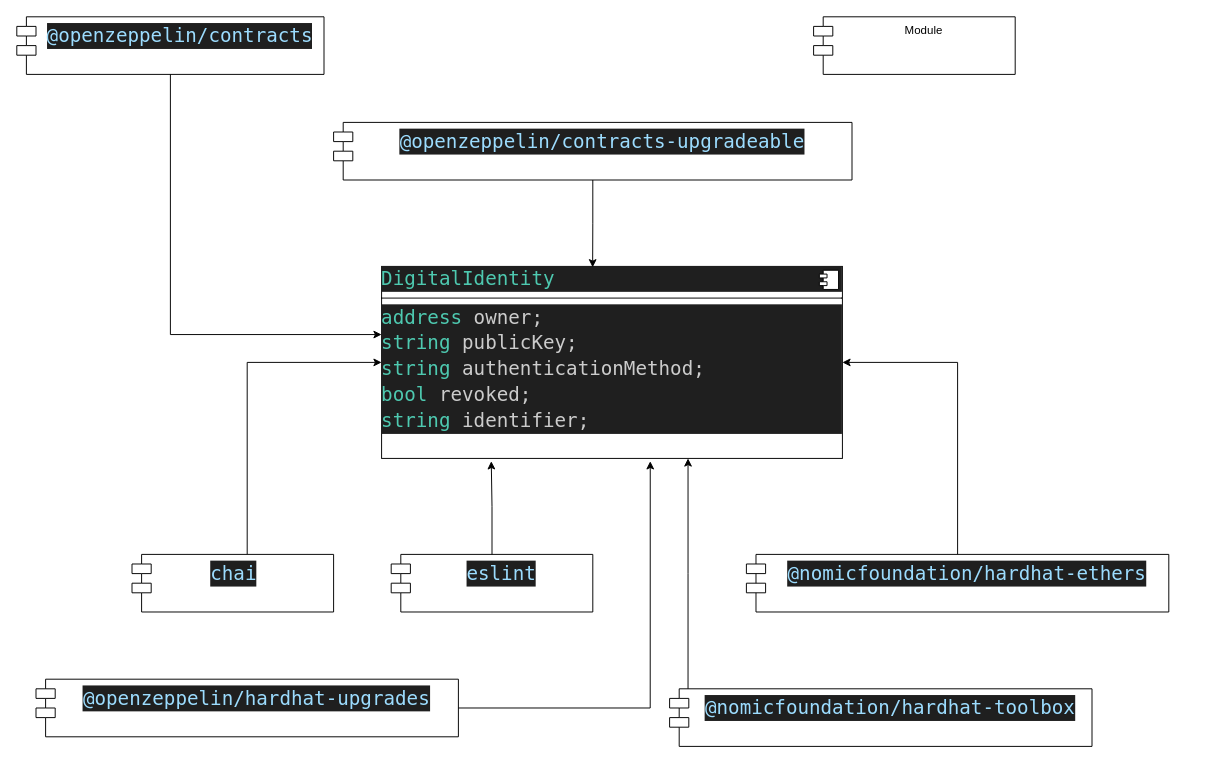
Earlier version of the draw.io diagram page "Page-1" (1 of 2) of static/did-smart-contract.drawio (GregoryAchong/TFM). Source tidied: cells renumbered, new cells numbered last; positions are measured from the earlier drawing's top-left corner, leaving out a move shared by most shapes. Both pictures are drawn from the tidied source at 96%, with x=0, y=0 at pixel (16, 16).
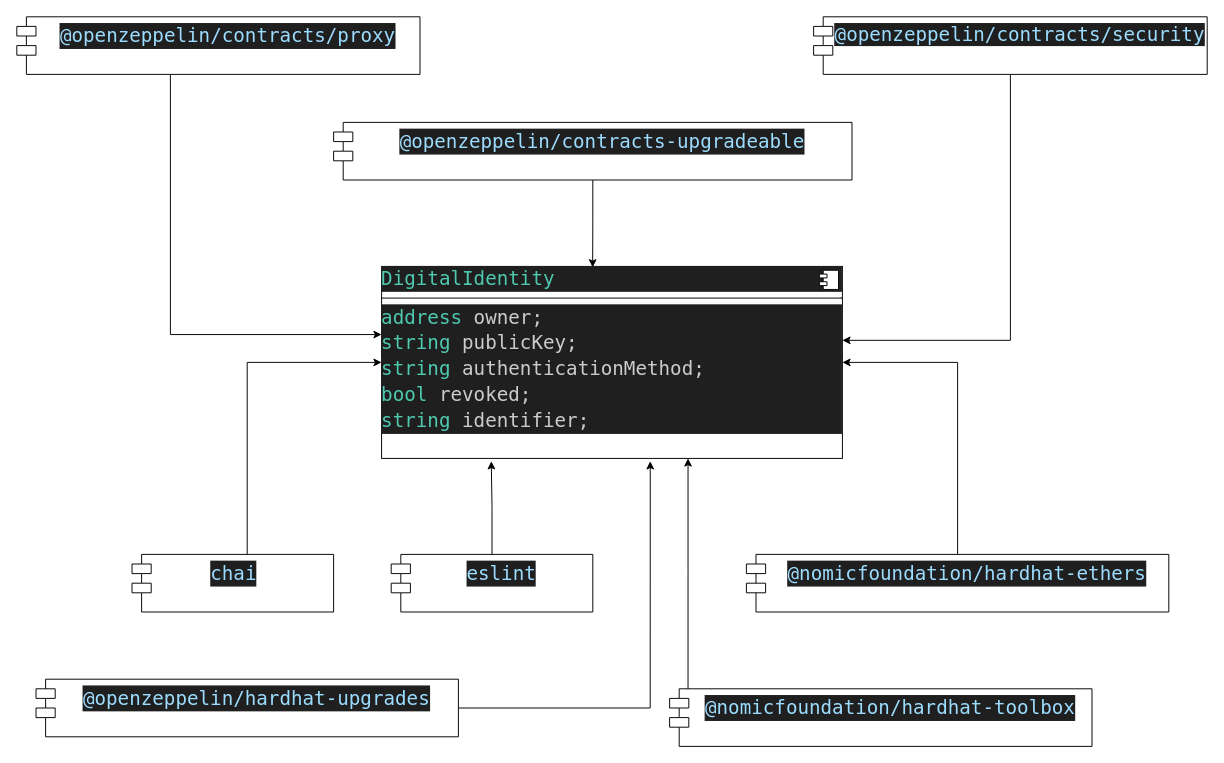
The same page after the edit.

Unchanged cells that the change refers to:
```xml
<mxCell id="2" value="&lt;div style=&quot;color: rgb(204, 204, 204); background-color: rgb(31, 31, 31); font-family: &amp;quot;Droid Sans Mono&amp;quot;, &amp;quot;monospace&amp;quot;, monospace; font-size: 20px; line-height: 27px; white-space: pre;&quot;&gt;&lt;span style=&quot;color: #4ec9b0;&quot;&gt;DigitalIdentity&lt;/span&gt;&lt;/div&gt;&lt;hr size=&quot;1&quot; style=&quot;border-style:solid;&quot;&gt;&lt;div style=&quot;color: rgb(204, 204, 204); background-color: rgb(31, 31, 31); font-family: &amp;quot;Droid Sans Mono&amp;quot;, &amp;quot;monospace&amp;quot;, monospace; font-size: 20px; line-height: 27px; white-space: pre;&quot;&gt;&lt;div&gt;&lt;span style=&quot;color: #4ec9b0;&quot;&gt;address&lt;/span&gt; owner;&lt;/div&gt;&lt;div&gt;&lt;span style=&quot;color: #4ec9b0;&quot;&gt;string&lt;/span&gt; publicKey;&lt;/div&gt;&lt;div&gt;&lt;span style=&quot;color: #4ec9b0;&quot;&gt;string&lt;/span&gt; authenticationMethod;&lt;/div&gt;&lt;div&gt;&lt;span style=&quot;color: #4ec9b0;&quot;&gt;bool&lt;/span&gt; revoked;&lt;/div&gt;&lt;div&gt;&lt;span style=&quot;color: #4ec9b0;&quot;&gt;string&lt;/span&gt; identifier;&lt;/div&gt;&lt;/div&gt;" style="align=left;overflow=fill;html=1;whiteSpace=wrap;" parent="1" vertex="1">
  <mxGeometry x="380" y="260" width="480" height="200" as="geometry" />
</mxCell>
```

The edit, as a diff of the source:
```diff
@@
-    <mxCell id="4" value="&lt;div style=&quot;color: rgb(204, 204, 204); background-color: rgb(31, 31, 31); font-family: &amp;quot;Droid Sans Mono&amp;quot;, &amp;quot;monospace&amp;quot;, monospace; font-size: 20px; line-height: 27px; white-space: pre;&quot;&gt;&lt;span style=&quot;color: #9cdcfe;&quot;&gt;@openzeppelin/contracts&lt;/span&gt;&lt;/div&gt;" style="shape=module;align=left;spacingLeft=20;align=center;verticalAlign=top;whiteSpace=wrap;html=1;" parent="1" vertex="1">
-      <mxGeometry width="320" height="60" as="geometry" />
+    <mxCell id="4" value="&lt;div style=&quot;color: rgb(204, 204, 204); background-color: rgb(31, 31, 31); font-family: &amp;quot;Droid Sans Mono&amp;quot;, &amp;quot;monospace&amp;quot;, monospace; font-size: 20px; line-height: 27px; white-space: pre;&quot;&gt;&lt;span style=&quot;color: #9cdcfe;&quot;&gt;@openzeppelin/contracts/proxy&lt;/span&gt;&lt;/div&gt;" style="shape=module;align=left;spacingLeft=20;align=center;verticalAlign=top;whiteSpace=wrap;html=1;" parent="1" vertex="1">
+      <mxGeometry width="420" height="60" as="geometry" />
     </mxCell>
@@
-    <mxCell id="6" value="Module" style="shape=module;align=left;spacingLeft=20;align=center;verticalAlign=top;whiteSpace=wrap;html=1;" parent="1" vertex="1">
-      <mxGeometry x="830" width="210" height="60" as="geometry" />
+    <mxCell id="6" value="&lt;span style=&quot;color: rgb(156, 220, 254); font-family: &amp;quot;Droid Sans Mono&amp;quot;, &amp;quot;monospace&amp;quot;, monospace; font-size: 20px; white-space: pre; background-color: rgb(31, 31, 31);&quot;&gt;@openzeppelin/contracts/security&lt;/span&gt;" style="shape=module;align=left;spacingLeft=20;align=center;verticalAlign=top;whiteSpace=wrap;html=1;" parent="1" vertex="1">
+      <mxGeometry x="830" width="410" height="60" as="geometry" />
     </mxCell>
@@
+    <mxCell id="20" style="edgeStyle=orthogonalEdgeStyle;rounded=0;jettySize=auto;html=1;entryX=1;entryY=0.385;entryDx=0;entryDy=0;entryPerimeter=0;" parent="1" edge="1" source="6" target="2">
+      <mxGeometry relative="1" as="geometry" />
+    </mxCell>
```
